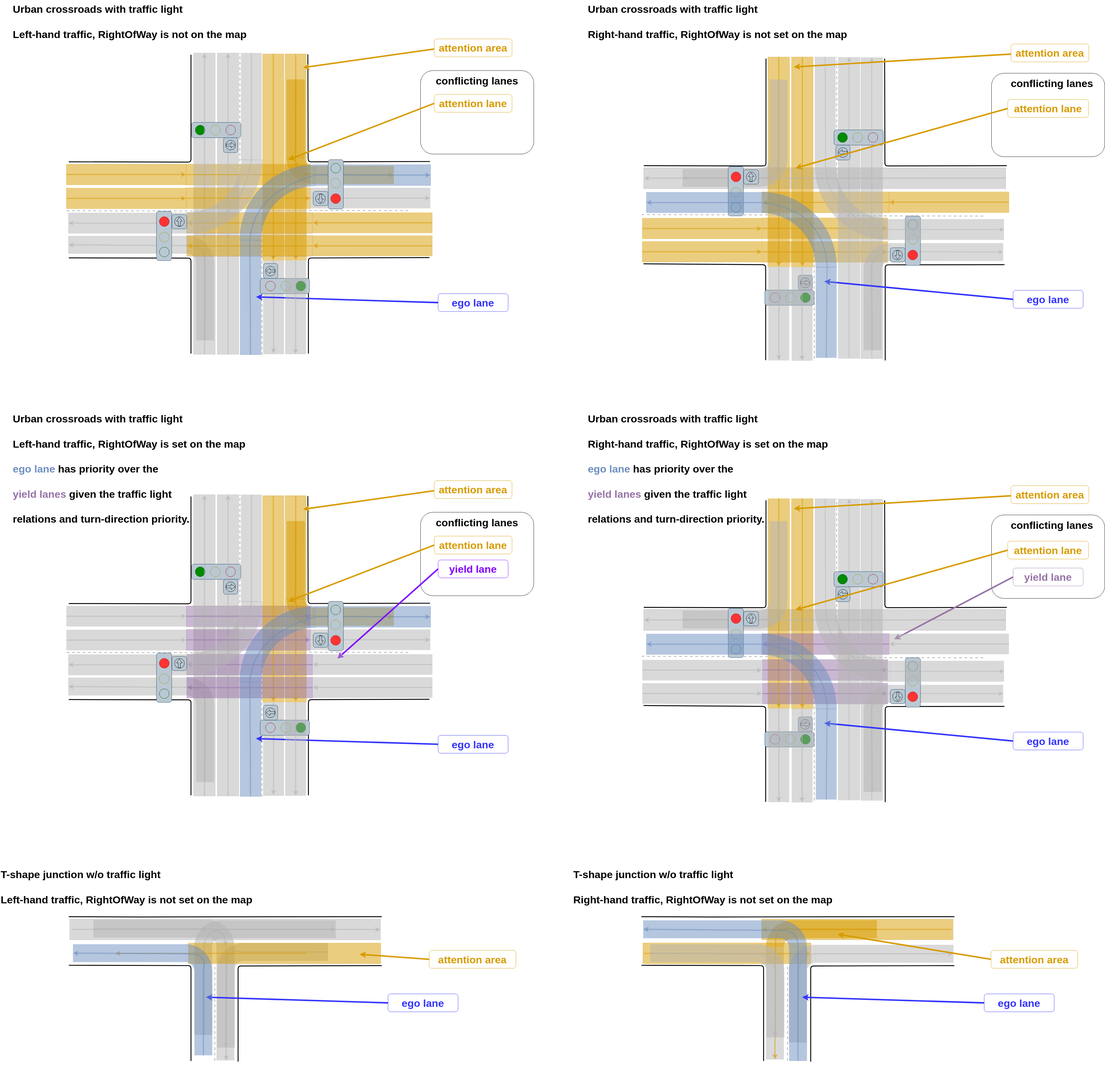
Earlier version of the draw.io export main/planning/behavior_velocity_intersection_module/docs/intersection-attention.drawio.svg (TetsuKawa/autoware.universe). Source tidied: cells renumbered, new cells last; positions are measured from the earlier drawing's top-left corner, leaving out a move shared by most shapes.
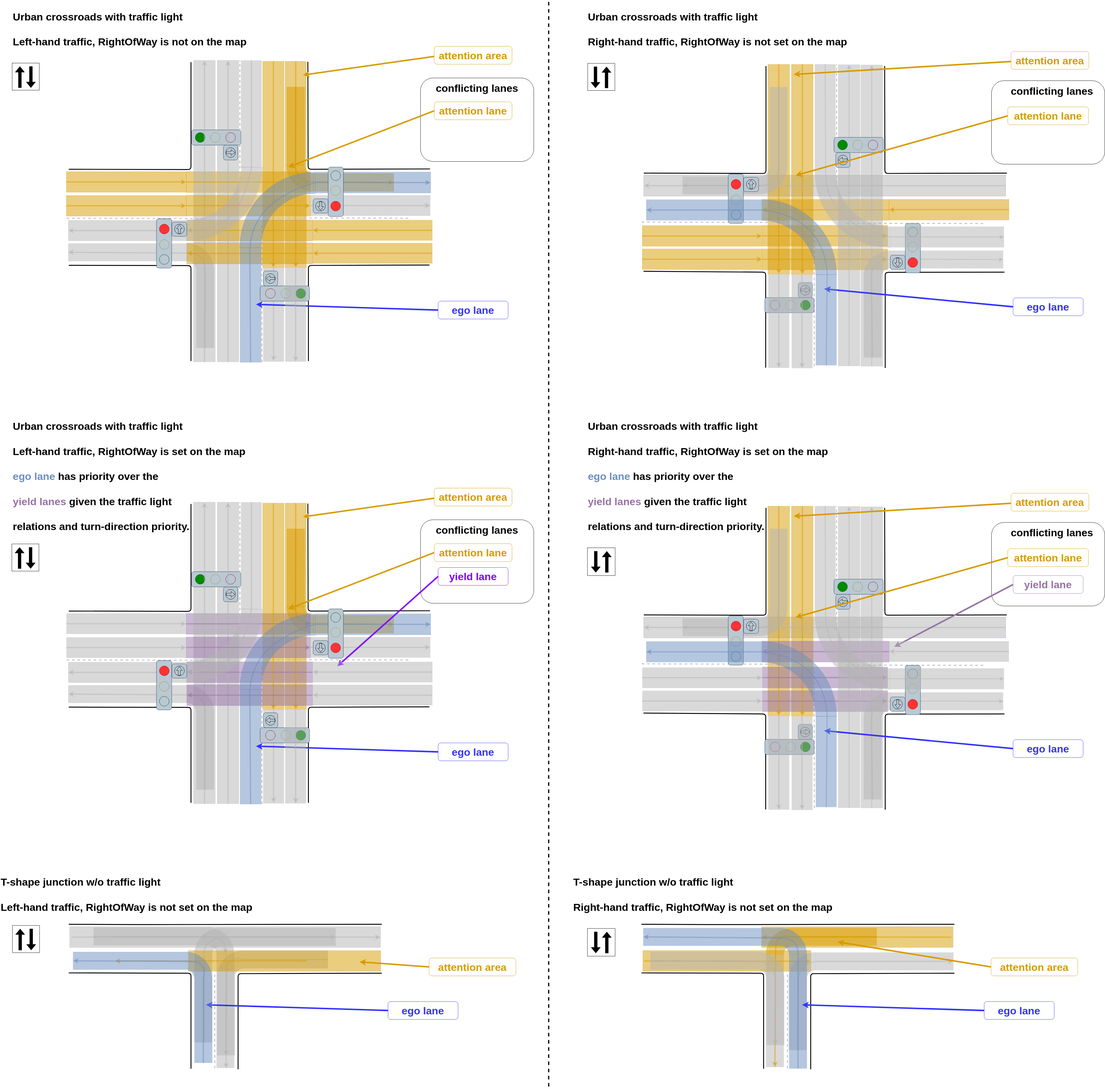
After the commit.

Change to the diagram source:
```diff
@@ -2,6 +2,9 @@
   <root>
     <mxCell id="0" />
     <mxCell id="1" parent="0" />
+    <mxCell id="532" style="whiteSpace=wrap;html=1;" parent="1" vertex="1">
+      <mxGeometry x="40" y="186" width="91" height="91" as="geometry" />
+    </mxCell>
     <mxCell id="2" style="rounded=1;whiteSpace=wrap;html=1;labelBackgroundColor=#FFFFFF;strokeColor=#000000;fontSize=35;fontColor=#D79B00;fillColor=none;align=center;" parent="1" vertex="1">
       <mxGeometry x="3325.5" y="1726" width="380" height="280" as="geometry" />
     </mxCell>
@@ -163,16 +166,6 @@
         </Array>
       </mxGeometry>
     </mxCell>
-    <mxCell id="38" style="endArrow=classic;html=1;dashed=1;edgeStyle=orthogonalEdgeStyle;elbow=vertical;strokeColor=none;rounded=0;" parent="1" edge="1">
-      <mxGeometry relative="1" as="geometry">
-        <mxPoint x="1440" y="2197" as="sourcePoint" />
-        <mxPoint x="1680" y="2207" as="targetPoint" />
-        <Array as="points">
-          <mxPoint x="1440" y="2467" />
-          <mxPoint x="1680" y="2467" />
-        </Array>
-      </mxGeometry>
-    </mxCell>
     <mxCell id="39" style="rounded=0;whiteSpace=wrap;html=1;fillColor=#B3B3B3;rotation=90;fontColor=#333333;strokeColor=#B3B3B3;opacity=50;" parent="1" vertex="1">
       <mxGeometry x="180" y="2127" width="1010.5" height="72.6" as="geometry" />
     </mxCell>
@@ -365,16 +358,6 @@
         </Array>
       </mxGeometry>
     </mxCell>
-    <mxCell id="85" style="endArrow=classic;html=1;dashed=1;edgeStyle=orthogonalEdgeStyle;elbow=vertical;strokeColor=none;rounded=0;" parent="1" edge="1">
-      <mxGeometry relative="1" as="geometry">
-        <mxPoint x="3369" y="1929" as="sourcePoint" />
-        <mxPoint x="3609" y="1939" as="targetPoint" />
-        <Array as="points">
-          <mxPoint x="3369" y="2199" />
-          <mxPoint x="3609" y="2199" />
-        </Array>
-      </mxGeometry>
-    </mxCell>
     <mxCell id="86" style="rounded=0;whiteSpace=wrap;html=1;fillColor=#D79B00;rotation=90;strokeColor=#d79b00;opacity=50;direction=west;" parent="1" vertex="1">
       <mxGeometry x="2260.3" y="1986.7" width="703" height="72.6" as="geometry" />
     </mxCell>
@@ -1301,16 +1284,6 @@
         </Array>
       </mxGeometry>
     </mxCell>
-    <mxCell id="328" style="endArrow=classic;html=1;dashed=1;edgeStyle=orthogonalEdgeStyle;elbow=vertical;strokeColor=none;rounded=0;" parent="1" edge="1">
-      <mxGeometry relative="1" as="geometry">
-        <mxPoint x="1440" y="716" as="sourcePoint" />
-        <mxPoint x="1680" y="726" as="targetPoint" />
-        <Array as="points">
-          <mxPoint x="1440" y="986" />
-          <mxPoint x="1680" y="986" />
-        </Array>
-      </mxGeometry>
-    </mxCell>
     <mxCell id="329" style="rounded=0;whiteSpace=wrap;html=1;fillColor=#B3B3B3;rotation=90;fontColor=#333333;strokeColor=#B3B3B3;opacity=50;" parent="1" vertex="1">
       <mxGeometry x="180" y="646" width="1010.5" height="72.6" as="geometry" />
     </mxCell>
@@ -1503,16 +1476,6 @@
         </Array>
       </mxGeometry>
     </mxCell>
-    <mxCell id="375" style="endArrow=classic;html=1;dashed=1;edgeStyle=orthogonalEdgeStyle;elbow=vertical;strokeColor=none;rounded=0;" parent="1" edge="1">
-      <mxGeometry relative="1" as="geometry">
-        <mxPoint x="3369" y="448" as="sourcePoint" />
-        <mxPoint x="3609" y="458" as="targetPoint" />
-        <Array as="points">
-          <mxPoint x="3369" y="718" />
-          <mxPoint x="3609" y="718" />
-        </Array>
-      </mxGeometry>
-    </mxCell>
     <mxCell id="376" style="rounded=0;whiteSpace=wrap;html=1;fillColor=#D79B00;rotation=90;strokeColor=#d79b00;opacity=50;direction=west;" parent="1" vertex="1">
       <mxGeometry x="2260.3" y="505.7" width="703" height="72.6" as="geometry" />
     </mxCell>
@@ -2049,5 +2012,98 @@
         <mxPoint x="2662" y="224" as="targetPoint" />
       </mxGeometry>
     </mxCell>
+    <mxCell id="533" style="endArrow=none;dashed=1;html=1;strokeWidth=4;" parent="1" edge="1">
+      <mxGeometry relative="1" as="geometry">
+        <mxPoint x="1840" y="3617" as="sourcePoint" />
+        <mxPoint x="1840" y="-23" as="targetPoint" />
+      </mxGeometry>
+    </mxCell>
+    <mxCell id="534" style="shape=flexArrow;endArrow=classic;html=1;rounded=0;fillColor=#000000;" parent="1" edge="1">
+      <mxGeometry relative="1" as="geometry">
+        <mxPoint x="66" y="269" as="sourcePoint" />
+        <mxPoint x="66" y="197" as="targetPoint" />
+      </mxGeometry>
+    </mxCell>
+    <mxCell id="535" style="shape=flexArrow;endArrow=classic;html=1;rounded=1;strokeColor=#000000;fillColor=#000000;" parent="1" edge="1">
+      <mxGeometry relative="1" as="geometry">
+        <mxPoint x="103" y="197" as="sourcePoint" />
+        <mxPoint x="103" y="269" as="targetPoint" />
+      </mxGeometry>
+    </mxCell>
+    <mxCell id="536" style="whiteSpace=wrap;html=1;" parent="1" vertex="1">
+      <mxGeometry x="39" y="1798" width="91" height="91" as="geometry" />
+    </mxCell>
+    <mxCell id="537" style="shape=flexArrow;endArrow=classic;html=1;rounded=0;fillColor=#000000;" parent="1" edge="1">
+      <mxGeometry relative="1" as="geometry">
+        <mxPoint x="65" y="1881" as="sourcePoint" />
+        <mxPoint x="65" y="1809" as="targetPoint" />
+      </mxGeometry>
+    </mxCell>
+    <mxCell id="538" style="shape=flexArrow;endArrow=classic;html=1;rounded=1;strokeColor=#000000;fillColor=#000000;" parent="1" edge="1">
+      <mxGeometry relative="1" as="geometry">
+        <mxPoint x="102" y="1809" as="sourcePoint" />
+        <mxPoint x="102" y="1881" as="targetPoint" />
+      </mxGeometry>
+    </mxCell>
+    <mxCell id="539" style="whiteSpace=wrap;html=1;" parent="1" vertex="1">
+      <mxGeometry x="41" y="3077" width="91" height="91" as="geometry" />
+    </mxCell>
+    <mxCell id="540" style="shape=flexArrow;endArrow=classic;html=1;rounded=0;fillColor=#000000;" parent="1" edge="1">
+      <mxGeometry relative="1" as="geometry">
+        <mxPoint x="67" y="3160" as="sourcePoint" />
+        <mxPoint x="67" y="3088" as="targetPoint" />
+      </mxGeometry>
+    </mxCell>
+    <mxCell id="541" style="shape=flexArrow;endArrow=classic;html=1;rounded=1;strokeColor=#000000;fillColor=#000000;" parent="1" edge="1">
+      <mxGeometry relative="1" as="geometry">
+        <mxPoint x="104" y="3088" as="sourcePoint" />
+        <mxPoint x="104" y="3160" as="targetPoint" />
+      </mxGeometry>
+    </mxCell>
+    <mxCell id="542" style="whiteSpace=wrap;html=1;" parent="1" vertex="1">
+      <mxGeometry x="1971" y="187" width="91" height="91" as="geometry" />
+    </mxCell>
+    <mxCell id="543" style="shape=flexArrow;endArrow=classic;html=1;rounded=0;fillColor=#000000;" parent="1" edge="1">
+      <mxGeometry relative="1" as="geometry">
+        <mxPoint x="1997" y="198" as="sourcePoint" />
+        <mxPoint x="1997" y="270" as="targetPoint" />
+      </mxGeometry>
+    </mxCell>
+    <mxCell id="544" style="shape=flexArrow;endArrow=classic;html=1;rounded=1;strokeColor=#000000;fillColor=#000000;" parent="1" edge="1">
+      <mxGeometry relative="1" as="geometry">
+        <mxPoint x="2034" y="270" as="sourcePoint" />
+        <mxPoint x="2034" y="198" as="targetPoint" />
+      </mxGeometry>
+    </mxCell>
+    <mxCell id="545" style="whiteSpace=wrap;html=1;" parent="1" vertex="1">
+      <mxGeometry x="1970" y="1811" width="93" height="93" as="geometry" />
+    </mxCell>
+    <mxCell id="546" style="shape=flexArrow;endArrow=classic;html=1;rounded=0;fillColor=#000000;" parent="1" edge="1">
+      <mxGeometry relative="1" as="geometry">
+        <mxPoint x="1998" y="1822" as="sourcePoint" />
+        <mxPoint x="1998" y="1894" as="targetPoint" />
+      </mxGeometry>
+    </mxCell>
+    <mxCell id="547" style="shape=flexArrow;endArrow=classic;html=1;rounded=1;strokeColor=#000000;fillColor=#000000;" parent="1" edge="1">
+      <mxGeometry relative="1" as="geometry">
+        <mxPoint x="2035" y="1894" as="sourcePoint" />
+        <mxPoint x="2035" y="1822" as="targetPoint" />
+      </mxGeometry>
+    </mxCell>
+    <mxCell id="548" style="whiteSpace=wrap;html=1;" parent="1" vertex="1">
+      <mxGeometry x="1970" y="3087" width="93" height="93" as="geometry" />
+    </mxCell>
+    <mxCell id="549" style="shape=flexArrow;endArrow=classic;html=1;rounded=0;fillColor=#000000;" parent="1" edge="1">
+      <mxGeometry relative="1" as="geometry">
+        <mxPoint x="1998" y="3098" as="sourcePoint" />
+        <mxPoint x="1998" y="3170" as="targetPoint" />
+      </mxGeometry>
+    </mxCell>
+    <mxCell id="550" style="shape=flexArrow;endArrow=classic;html=1;rounded=1;strokeColor=#000000;fillColor=#000000;" parent="1" edge="1">
+      <mxGeometry relative="1" as="geometry">
+        <mxPoint x="2035" y="3170" as="sourcePoint" />
+        <mxPoint x="2035" y="3098" as="targetPoint" />
+      </mxGeometry>
+    </mxCell>
   </root>
 </mxGraphModel>
```
